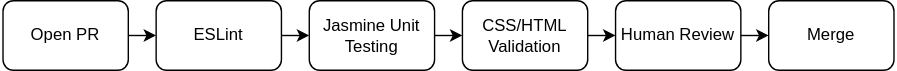
Before: docs/decisions/workflow.svg, a diagram exported from draw.io (cse110-sp26-group23/cse110-sp26-group23). Source tidied: cells renumbered, new cells last; positions are measured from the earlier drawing's top-left corner, leaving out a move shared by most shapes.
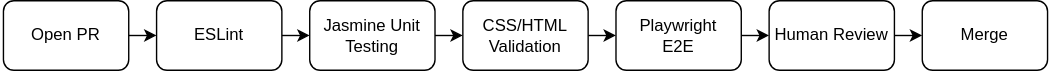
Later version of the same file.

Diff of the diagram source:
```diff
@@ -24,16 +24,22 @@
       <mxGeometry relative="1" as="geometry" />
     </mxCell>
     <mxCell id="9" value="Human Review" style="rounded=1;whiteSpace=wrap;html=1;" parent="1" vertex="1">
-      <mxGeometry x="440" width="90" height="50" as="geometry" />
+      <mxGeometry x="550" width="90" height="50" as="geometry" />
     </mxCell>
     <mxCell id="10" value="Merge" style="rounded=1;whiteSpace=wrap;html=1;" parent="1" vertex="1">
-      <mxGeometry x="550" width="90" height="50" as="geometry" />
+      <mxGeometry x="660" width="90" height="50" as="geometry" />
     </mxCell>
-    <mxCell id="11" style="edgeStyle=none;html=1;" parent="1" edge="1" source="12" target="9">
-      <mxGeometry relative="1" as="geometry" />
-    </mxCell>
+    <mxCell id="13" style="edgeStyle=none;html=1;exitX=1;exitY=0.5;exitDx=0;exitDy=0;entryX=0;entryY=0.5;entryDx=0;entryDy=0;" parent="1" edge="1" source="12" target="15">
+      <mxGeometry relative="1" as="geometry" />
+    </mxCell>
     <mxCell id="12" value="CSS/HTML Validation" style="rounded=1;whiteSpace=wrap;html=1;" parent="1" vertex="1">
       <mxGeometry x="330" width="90" height="50" as="geometry" />
     </mxCell>
+    <mxCell id="14" style="edgeStyle=none;html=1;exitX=1;exitY=0.5;exitDx=0;exitDy=0;entryX=0;entryY=0.5;entryDx=0;entryDy=0;" parent="1" edge="1" source="15" target="9">
+      <mxGeometry relative="1" as="geometry" />
+    </mxCell>
+    <mxCell id="15" value="Playwright&lt;br&gt;E2E" style="rounded=1;whiteSpace=wrap;html=1;" parent="1" vertex="1">
+      <mxGeometry x="440" width="90" height="50" as="geometry" />
+    </mxCell>
   </root>
 </mxGraphModel>
```
